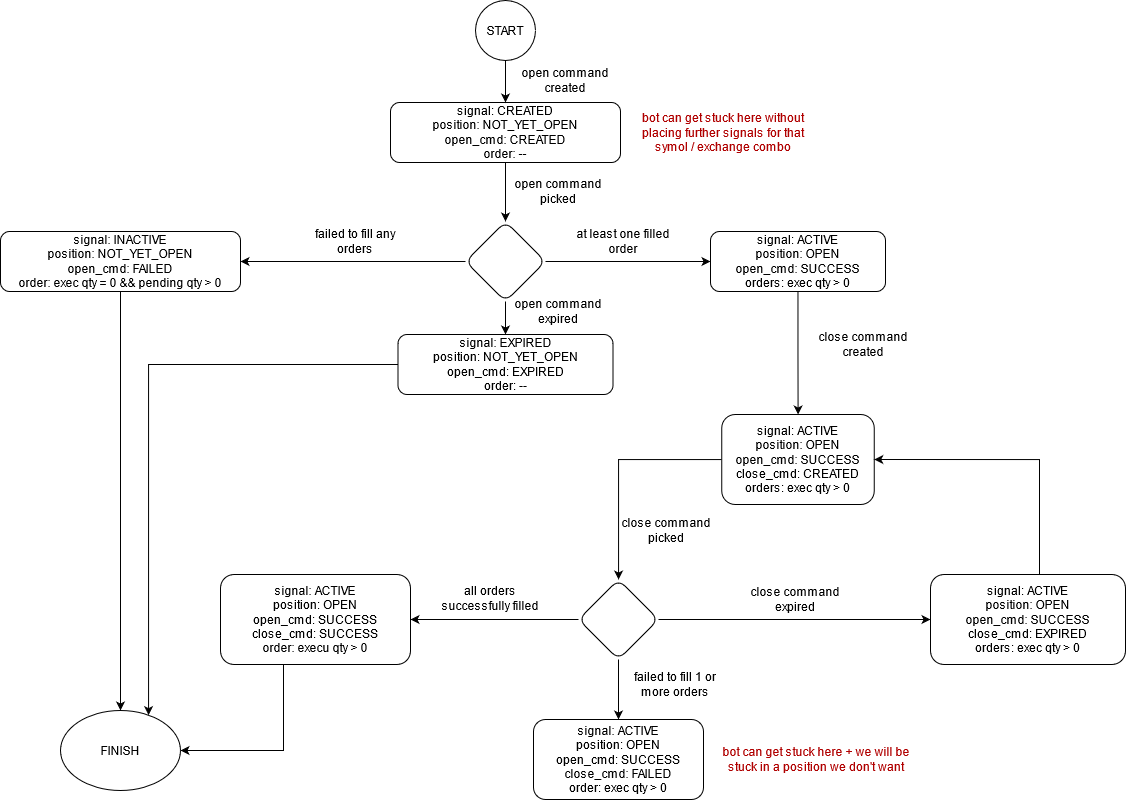
Above: StateMachine.png in silveroak-apps/cryptobot (draw.io), before the change. Source tidied: cells renumbered, new cells last; positions are measured from the earlier drawing's top-left corner, leaving out a move shared by most shapes. Source of this version:
```xml
<mxGraphModel>
  <root>
    <mxCell id="0" />
    <mxCell id="1" parent="0" />
    <mxCell id="2" style="edgeStyle=orthogonalEdgeStyle;rounded=0;jettySize=auto;html=1;" parent="1" edge="1" source="3" target="10">
      <mxGeometry relative="1" as="geometry" />
    </mxCell>
    <mxCell id="3" value="signal: CREATED&lt;br&gt;position: NOT_YET_OPEN&lt;br&gt;open_cmd: CREATED&lt;br&gt;order: --" style="rounded=1;whiteSpace=wrap;html=1;fontSize=12;glass=0;strokeWidth=1;shadow=0;" parent="1" vertex="1">
      <mxGeometry x="390" y="102" width="230" height="60" as="geometry" />
    </mxCell>
    <mxCell id="4" value="START" style="ellipse;whiteSpace=wrap;html=1;" parent="1" vertex="1">
      <mxGeometry x="475" width="60" height="60" as="geometry" />
    </mxCell>
    <mxCell id="5" style="endArrow=classic;html=1;exitX=0.5;exitY=1;exitDx=0;exitDy=0;" parent="1" edge="1" source="4" target="3">
      <mxGeometry relative="1" as="geometry" />
    </mxCell>
    <mxCell id="6" value="bot can get stuck here without placing further signals for that symol / exchange combo" style="text;html=1;strokeColor=none;fillColor=none;align=center;verticalAlign=middle;whiteSpace=wrap;rounded=0;fontColor=#B00000;" parent="1" vertex="1">
      <mxGeometry x="628" y="122" width="190" height="20" as="geometry" />
    </mxCell>
    <mxCell id="7" style="edgeStyle=orthogonalEdgeStyle;rounded=0;jettySize=auto;html=1;" parent="1" edge="1" source="10" target="12">
      <mxGeometry relative="1" as="geometry" />
    </mxCell>
    <mxCell id="8" style="edgeStyle=orthogonalEdgeStyle;rounded=0;jettySize=auto;html=1;" parent="1" edge="1" source="10" target="15">
      <mxGeometry relative="1" as="geometry" />
    </mxCell>
    <mxCell id="9" style="edgeStyle=orthogonalEdgeStyle;rounded=0;jettySize=auto;html=1;" parent="1" edge="1" source="10" target="18">
      <mxGeometry relative="1" as="geometry" />
    </mxCell>
    <mxCell id="10" style="rhombus;whiteSpace=wrap;html=1;rounded=1;shadow=0;strokeWidth=1;glass=0;" parent="1" vertex="1">
      <mxGeometry x="465" y="221" width="80" height="80" as="geometry" />
    </mxCell>
    <mxCell id="11" style="edgeStyle=orthogonalEdgeStyle;rounded=0;jettySize=auto;html=1;exitX=0;exitY=0.5;exitDx=0;exitDy=0;fontColor=#FF9999;" parent="1" edge="1" source="12" target="20">
      <mxGeometry relative="1" as="geometry">
        <Array as="points">
          <mxPoint x="148" y="364" />
        </Array>
      </mxGeometry>
    </mxCell>
    <mxCell id="12" value="&lt;span&gt;signal: EXPIRED&lt;/span&gt;&lt;br&gt;&lt;span&gt;position: NOT_YET_OPEN&lt;/span&gt;&lt;br&gt;&lt;span&gt;open_cmd: EXPIRED&lt;/span&gt;&lt;br&gt;&lt;span&gt;order: --&lt;/span&gt;" style="whiteSpace=wrap;html=1;rounded=1;shadow=0;strokeWidth=1;glass=0;" parent="1" vertex="1">
      <mxGeometry x="397.5" y="334" width="215" height="60" as="geometry" />
    </mxCell>
    <mxCell id="13" value="open command expired" style="text;html=1;strokeColor=none;fillColor=none;align=center;verticalAlign=middle;whiteSpace=wrap;rounded=0;" parent="1" vertex="1">
      <mxGeometry x="502.5" y="301" width="110" height="20" as="geometry" />
    </mxCell>
    <mxCell id="14" style="edgeStyle=orthogonalEdgeStyle;rounded=0;jettySize=auto;html=1;" parent="1" edge="1" source="15" target="22">
      <mxGeometry relative="1" as="geometry" />
    </mxCell>
    <mxCell id="15" value="&lt;span&gt;signal: ACTIVE&lt;/span&gt;&lt;br&gt;&lt;span&gt;position: OPEN&lt;/span&gt;&lt;br&gt;&lt;span&gt;open_cmd: SUCCESS&lt;/span&gt;&lt;br&gt;&lt;span&gt;orders: exec qty &amp;gt; 0&lt;/span&gt;" style="whiteSpace=wrap;html=1;rounded=1;shadow=0;strokeWidth=1;glass=0;" parent="1" vertex="1">
      <mxGeometry x="710" y="231" width="175" height="60" as="geometry" />
    </mxCell>
    <mxCell id="16" value="at least one filled order" style="text;html=1;strokeColor=none;fillColor=none;align=center;verticalAlign=middle;whiteSpace=wrap;rounded=0;" parent="1" vertex="1">
      <mxGeometry x="568" y="231" width="110" height="20" as="geometry" />
    </mxCell>
    <mxCell id="17" style="edgeStyle=orthogonalEdgeStyle;rounded=0;jettySize=auto;html=1;" parent="1" edge="1" source="18" target="20">
      <mxGeometry relative="1" as="geometry" />
    </mxCell>
    <mxCell id="18" value="&lt;span&gt;signal: INACTIVE&lt;/span&gt;&lt;br&gt;&lt;span&gt;position: NOT_YET_OPEN&lt;/span&gt;&lt;br&gt;&lt;span&gt;open_cmd: FAILED&lt;/span&gt;&lt;br&gt;&lt;span&gt;order: exec qty = 0 &amp;amp;&amp;amp; pending qty &amp;gt; 0&lt;/span&gt;" style="whiteSpace=wrap;html=1;rounded=1;shadow=0;strokeWidth=1;glass=0;" parent="1" vertex="1">
      <mxGeometry y="231" width="240" height="60" as="geometry" />
    </mxCell>
    <mxCell id="19" value="failed to fill any orders" style="text;html=1;strokeColor=none;fillColor=none;align=center;verticalAlign=middle;whiteSpace=wrap;rounded=0;" parent="1" vertex="1">
      <mxGeometry x="300" y="231" width="110" height="20" as="geometry" />
    </mxCell>
    <mxCell id="20" value="FINISH" style="ellipse;whiteSpace=wrap;html=1;rounded=1;shadow=0;strokeWidth=1;glass=0;" parent="1" vertex="1">
      <mxGeometry x="60" y="710" width="120" height="80" as="geometry" />
    </mxCell>
    <mxCell id="21" style="edgeStyle=orthogonalEdgeStyle;rounded=0;jettySize=auto;html=1;" parent="1" edge="1" source="22" target="26">
      <mxGeometry relative="1" as="geometry" />
    </mxCell>
    <mxCell id="22" value="&lt;span&gt;signal: ACTIVE&lt;/span&gt;&lt;br&gt;&lt;span&gt;position: OPEN&lt;br&gt;&lt;/span&gt;open_cmd: SUCCESS&lt;br&gt;&lt;span&gt;close_cmd: CREATED&lt;/span&gt;&lt;br&gt;&lt;span&gt;orders: exec qty &amp;gt; 0&lt;/span&gt;" style="whiteSpace=wrap;html=1;rounded=1;shadow=0;strokeWidth=1;glass=0;" parent="1" vertex="1">
      <mxGeometry x="721.2" y="414" width="152.5" height="90" as="geometry" />
    </mxCell>
    <mxCell id="23" style="edgeStyle=orthogonalEdgeStyle;rounded=0;jettySize=auto;html=1;" parent="1" edge="1" source="26" target="28">
      <mxGeometry relative="1" as="geometry" />
    </mxCell>
    <mxCell id="24" style="edgeStyle=orthogonalEdgeStyle;rounded=0;jettySize=auto;html=1;" parent="1" edge="1" source="26" target="32">
      <mxGeometry relative="1" as="geometry" />
    </mxCell>
    <mxCell id="25" style="edgeStyle=orthogonalEdgeStyle;rounded=0;jettySize=auto;html=1;" parent="1" edge="1" source="26" target="33">
      <mxGeometry relative="1" as="geometry" />
    </mxCell>
    <mxCell id="26" style="rhombus;whiteSpace=wrap;html=1;rounded=1;shadow=0;strokeWidth=1;glass=0;" parent="1" vertex="1">
      <mxGeometry x="578" y="579" width="80" height="80" as="geometry" />
    </mxCell>
    <mxCell id="27" style="edgeStyle=orthogonalEdgeStyle;rounded=0;jettySize=auto;html=1;exitX=0.5;exitY=1;exitDx=0;exitDy=0;entryX=1;entryY=0.5;entryDx=0;entryDy=0;fontColor=#FF9999;" parent="1" edge="1" source="28" target="20">
      <mxGeometry relative="1" as="geometry">
        <Array as="points">
          <mxPoint x="283" y="750" />
        </Array>
      </mxGeometry>
    </mxCell>
    <mxCell id="28" value="&lt;span&gt;signal: ACTIVE&lt;/span&gt;&lt;br&gt;&lt;span&gt;position: OPEN&lt;/span&gt;&lt;br&gt;&lt;div&gt;&lt;span&gt;open_cmd: SUCCESS&lt;/span&gt;&lt;/div&gt;&lt;div&gt;&lt;span&gt;close_cmd: SUCCESS&lt;br&gt;&lt;/span&gt;&lt;/div&gt;&lt;span&gt;order: execu qty &amp;gt; 0&lt;br&gt;&lt;/span&gt;" style="whiteSpace=wrap;html=1;rounded=1;shadow=0;strokeWidth=1;glass=0;" parent="1" vertex="1">
      <mxGeometry x="220" y="574" width="190" height="90" as="geometry" />
    </mxCell>
    <mxCell id="29" value="close command created" style="text;html=1;strokeColor=none;fillColor=none;align=center;verticalAlign=middle;whiteSpace=wrap;rounded=0;" parent="1" vertex="1">
      <mxGeometry x="808" y="334" width="110" height="20" as="geometry" />
    </mxCell>
    <mxCell id="30" value="close command picked" style="text;html=1;strokeColor=none;fillColor=none;align=center;verticalAlign=middle;whiteSpace=wrap;rounded=0;" parent="1" vertex="1">
      <mxGeometry x="611.2" y="520" width="110" height="20" as="geometry" />
    </mxCell>
    <mxCell id="31" style="edgeStyle=orthogonalEdgeStyle;rounded=0;jettySize=auto;html=1;entryX=1;entryY=0.5;entryDx=0;entryDy=0;exitX=0.5;exitY=0;exitDx=0;exitDy=0;" parent="1" edge="1" source="32" target="22">
      <mxGeometry relative="1" as="geometry">
        <Array as="points">
          <mxPoint x="1039" y="459" />
        </Array>
      </mxGeometry>
    </mxCell>
    <mxCell id="32" value="&lt;span&gt;signal: ACTIVE&lt;/span&gt;&lt;br&gt;&lt;span&gt;position: OPEN&lt;br&gt;&lt;/span&gt;&lt;span&gt;open_cmd: SUCCESS&lt;/span&gt;&lt;br&gt;&lt;span&gt;close_cmd: EXPIRED&lt;/span&gt;&lt;br&gt;&lt;span&gt;orders: exec qty &amp;gt; 0&lt;/span&gt;" style="whiteSpace=wrap;html=1;rounded=1;shadow=0;strokeWidth=1;glass=0;" parent="1" vertex="1">
      <mxGeometry x="930" y="574" width="195" height="90" as="geometry" />
    </mxCell>
    <mxCell id="33" value="&lt;span&gt;signal: ACTIVE&lt;/span&gt;&lt;br&gt;&lt;span&gt;position: OPEN&lt;/span&gt;&lt;br&gt;&lt;div&gt;&lt;span&gt;open_cmd: SUCCESS&lt;/span&gt;&lt;/div&gt;&lt;div&gt;&lt;span&gt;close_cmd: FAILED&lt;br&gt;&lt;/span&gt;&lt;/div&gt;&lt;span&gt;order: exec qty &amp;gt; 0&lt;br&gt;&lt;/span&gt;" style="whiteSpace=wrap;html=1;rounded=1;shadow=0;strokeWidth=1;glass=0;" parent="1" vertex="1">
      <mxGeometry x="533" y="719" width="170" height="80" as="geometry" />
    </mxCell>
    <mxCell id="34" value="open command picked" style="text;html=1;strokeColor=none;fillColor=none;align=center;verticalAlign=middle;whiteSpace=wrap;rounded=0;" parent="1" vertex="1">
      <mxGeometry x="502.5" y="181" width="110" height="20" as="geometry" />
    </mxCell>
    <mxCell id="35" value="all orders successfully filled" style="text;html=1;strokeColor=none;fillColor=none;align=center;verticalAlign=middle;whiteSpace=wrap;rounded=0;" parent="1" vertex="1">
      <mxGeometry x="435" y="588" width="110" height="20" as="geometry" />
    </mxCell>
    <mxCell id="36" value="close command expired" style="text;html=1;strokeColor=none;fillColor=none;align=center;verticalAlign=middle;whiteSpace=wrap;rounded=0;" parent="1" vertex="1">
      <mxGeometry x="740" y="589" width="110" height="20" as="geometry" />
    </mxCell>
    <mxCell id="37" value="failed to fill 1 or more orders" style="text;html=1;strokeColor=none;fillColor=none;align=center;verticalAlign=middle;whiteSpace=wrap;rounded=0;" parent="1" vertex="1">
      <mxGeometry x="620" y="674" width="110" height="20" as="geometry" />
    </mxCell>
    <mxCell id="38" value="open command created" style="text;html=1;strokeColor=none;fillColor=none;align=center;verticalAlign=middle;whiteSpace=wrap;rounded=0;" parent="1" vertex="1">
      <mxGeometry x="510" y="70" width="110" height="20" as="geometry" />
    </mxCell>
    <mxCell id="39" value="bot can get stuck here + we will be stuck in a position we don't want" style="text;html=1;strokeColor=none;fillColor=none;align=center;verticalAlign=middle;whiteSpace=wrap;rounded=0;fontColor=#B00000;" parent="1" vertex="1">
      <mxGeometry x="721.2" y="749" width="190" height="20" as="geometry" />
    </mxCell>
  </root>
</mxGraphModel>
```
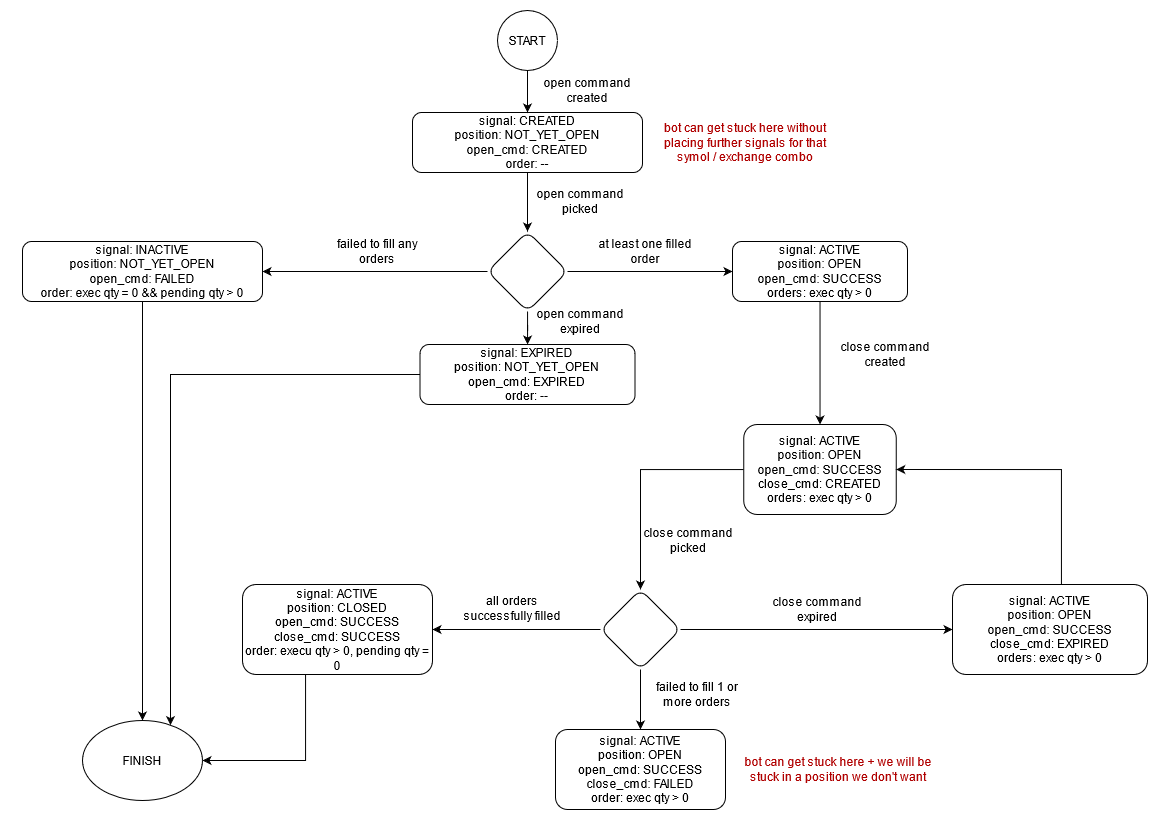
The same file after the commit.

Commit message:
Updating images to have a light background for better readability

The edit, as a diff of the source:
```diff
@@ -2,6 +2,9 @@
   <root>
     <mxCell id="0" />
     <mxCell id="1" parent="0" />
+    <mxCell id="40" style="whiteSpace=wrap;html=1;strokeColor=none;" parent="1" vertex="1">
+      <mxGeometry x="-22" y="-10" width="1160" height="820" as="geometry" />
+    </mxCell>
     <mxCell id="2" style="edgeStyle=orthogonalEdgeStyle;rounded=0;jettySize=auto;html=1;" parent="1" edge="1" source="3" target="10">
       <mxGeometry relative="1" as="geometry" />
     </mxCell>
@@ -88,7 +91,7 @@
         </Array>
       </mxGeometry>
     </mxCell>
-    <mxCell id="28" value="&lt;span&gt;signal: ACTIVE&lt;/span&gt;&lt;br&gt;&lt;span&gt;position: OPEN&lt;/span&gt;&lt;br&gt;&lt;div&gt;&lt;span&gt;open_cmd: SUCCESS&lt;/span&gt;&lt;/div&gt;&lt;div&gt;&lt;span&gt;close_cmd: SUCCESS&lt;br&gt;&lt;/span&gt;&lt;/div&gt;&lt;span&gt;order: execu qty &amp;gt; 0&lt;br&gt;&lt;/span&gt;" style="whiteSpace=wrap;html=1;rounded=1;shadow=0;strokeWidth=1;glass=0;" parent="1" vertex="1">
+    <mxCell id="28" value="&lt;span&gt;signal: ACTIVE&lt;/span&gt;&lt;br&gt;&lt;span&gt;position: CLOSED&lt;/span&gt;&lt;br&gt;&lt;div&gt;&lt;span&gt;open_cmd: SUCCESS&lt;/span&gt;&lt;/div&gt;&lt;div&gt;&lt;span&gt;close_cmd: SUCCESS&lt;br&gt;&lt;/span&gt;&lt;/div&gt;&lt;span&gt;order: execu qty &amp;gt; 0, pending qty = 0&lt;br&gt;&lt;/span&gt;" style="whiteSpace=wrap;html=1;rounded=1;shadow=0;strokeWidth=1;glass=0;" parent="1" vertex="1">
       <mxGeometry x="220" y="574" width="190" height="90" as="geometry" />
     </mxCell>
     <mxCell id="29" value="close command created" style="text;html=1;strokeColor=none;fillColor=none;align=center;verticalAlign=middle;whiteSpace=wrap;rounded=0;" parent="1" vertex="1">
```
